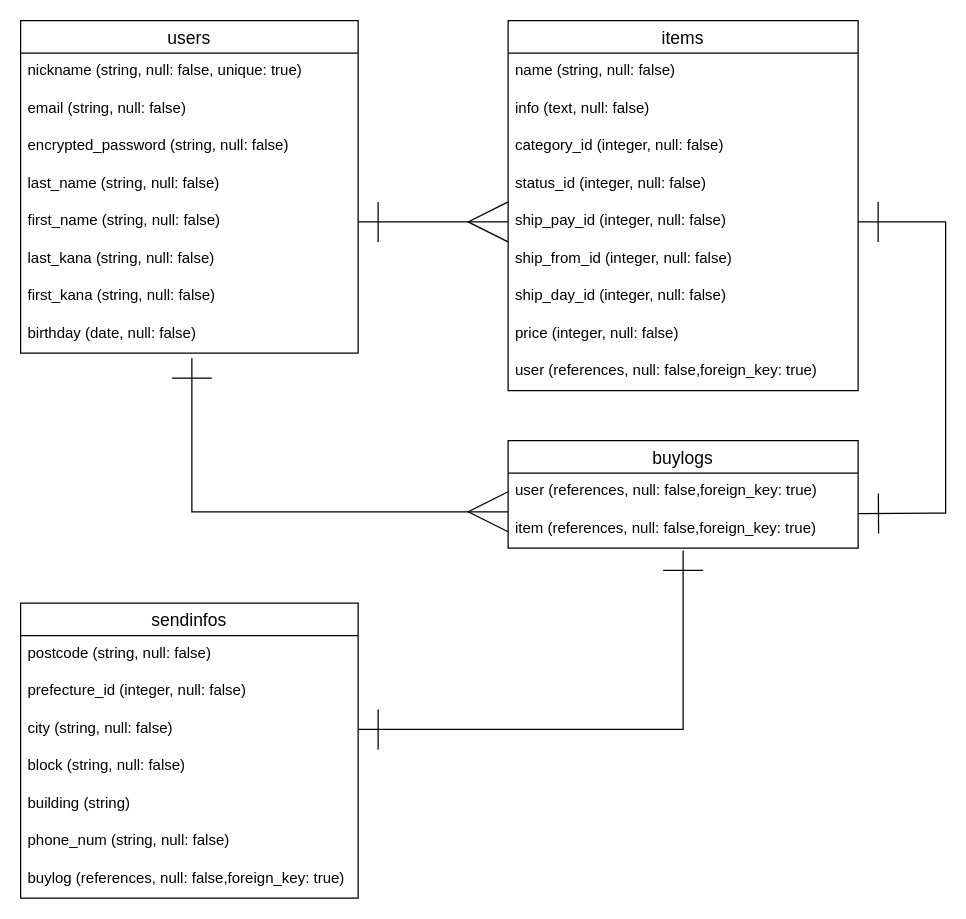
Above: ER.dio in Harada-Yudai/furima-36833 (draw.io), before the change. Source tidied: cells renumbered, new cells numbered last; positions are measured from the earlier drawing's top-left corner, leaving out a move shared by most shapes. Both pictures are drawn from the tidied source at 125%, with x=0, y=0 at pixel (20, 20).
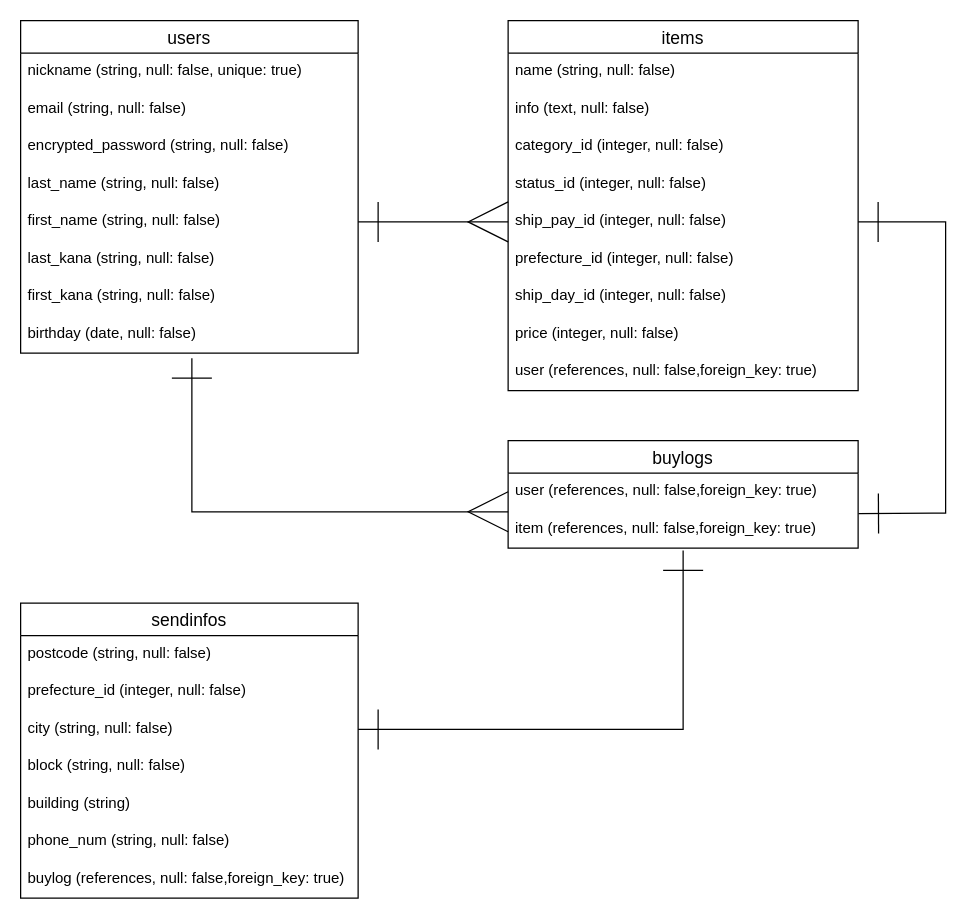
The same page after the edit.

Commit message:
レビュー修正3

The change refers to these unchanged cells:
```xml
<mxCell id="22" value="items" style="swimlane;fontStyle=0;horizontal=1;startSize=26;align=center;fontSize=14;" parent="1" vertex="1">
  <mxGeometry x="390" width="280" height="296" as="geometry" />
</mxCell>
```

What changed in the source:
```diff
@@
-    <mxCell id="28" value="ship_from_id (integer, null: false)" style="text;strokeColor=none;fillColor=none;spacingLeft=4;spacingRight=4;overflow=hidden;fontSize=12;" parent="22" vertex="1">
+    <mxCell id="28" value="prefecture_id (integer, null: false)" style="text;strokeColor=none;fillColor=none;spacingLeft=4;spacingRight=4;overflow=hidden;fontSize=12;" parent="22" vertex="1">
       <mxGeometry y="176" width="280" height="30" as="geometry" />
     </mxCell>
```
